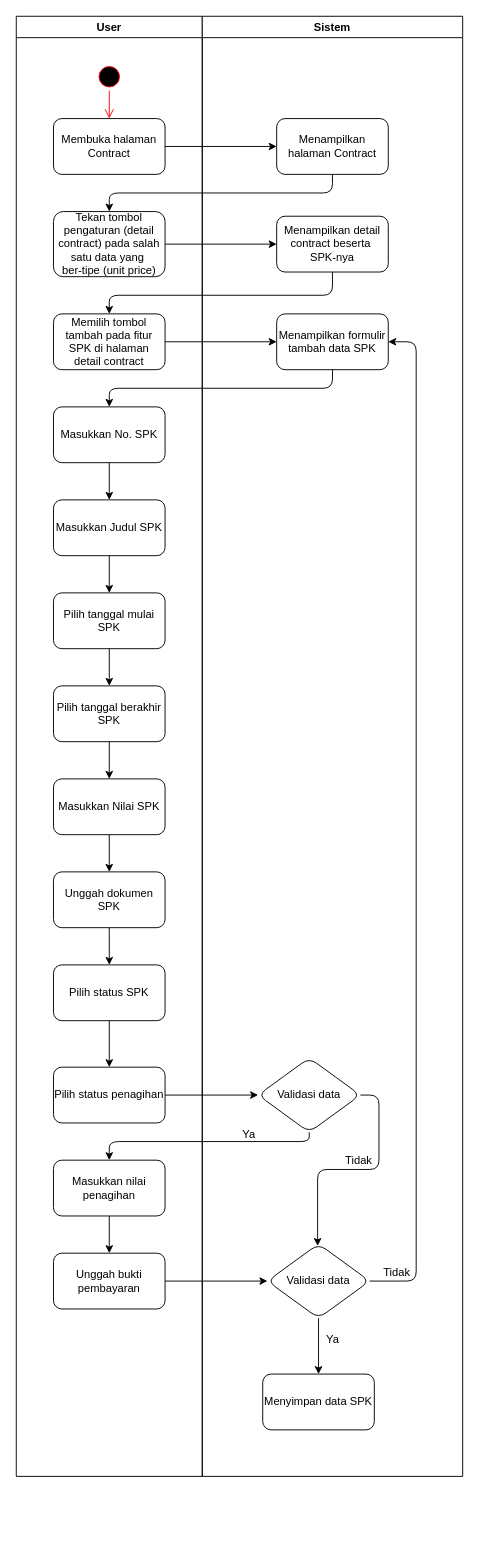
This is contract/tambahSPK.drawio from rismanrhz/idms, a draw.io file, before an edit. Source tidied: cells renumbered, new cells numbered last; positions are measured from the earlier drawing's top-left corner, leaving out a move shared by most shapes. Both pictures are drawn from the tidied source at 93%, with x=0, y=0 at pixel (16, 16).
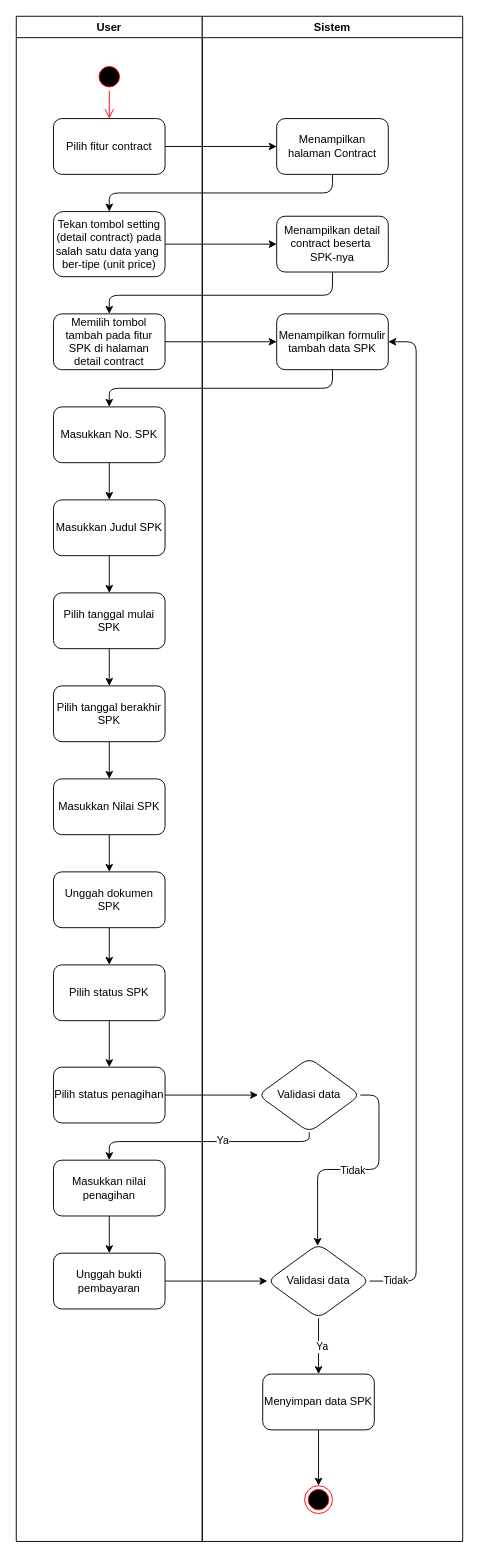
Above is the later version.

The change refers to these unchanged cells:
```xml
<mxCell id="20" style="edgeStyle=none;html=1;exitX=1;exitY=0.5;exitDx=0;exitDy=0;entryX=0.491;entryY=0.028;entryDx=0;entryDy=0;entryPerimeter=0;" parent="16" edge="1" source="21" target="24">
  <mxGeometry relative="1" as="geometry">
    <Array as="points">
      <mxPoint x="190" y="1160" />
      <mxPoint x="190" y="1240" />
      <mxPoint x="124" y="1240" />
    </Array>
  </mxGeometry>
</mxCell>
<mxCell id="22" style="edgeStyle=none;html=1;" parent="16" edge="1" source="24" target="26">
  <mxGeometry relative="1" as="geometry" />
</mxCell>
<mxCell id="23" style="edgeStyle=none;html=1;exitX=1;exitY=0.5;exitDx=0;exitDy=0;entryX=1;entryY=0.5;entryDx=0;entryDy=0;" parent="16" edge="1" source="24" target="19">
  <mxGeometry relative="1" as="geometry">
    <Array as="points">
      <mxPoint x="230" y="1360" />
      <mxPoint x="230" y="350" />
    </Array>
  </mxGeometry>
</mxCell>
<mxCell id="26" value="Menyimpan data SPK" style="rounded=1;whiteSpace=wrap;html=1;" parent="16" vertex="1">
  <mxGeometry x="65" y="1460" width="120" height="60" as="geometry" />
</mxCell>
<mxCell id="44" style="edgeStyle=none;html=1;entryX=0.5;entryY=0;entryDx=0;entryDy=0;" parent="1" edge="1" source="21" target="14">
  <mxGeometry relative="1" as="geometry">
    <Array as="points">
      <mxPoint x="315" y="1210" />
      <mxPoint x="100" y="1210" />
    </Array>
  </mxGeometry>
</mxCell>
```

Diff of the diagram source:
```diff
@@
     <mxCell id="2" value="User" style="swimlane;whiteSpace=wrap;html=1;" parent="1" vertex="1">
-      <mxGeometry width="200" height="1570" as="geometry" />
+      <mxGeometry width="200" height="1640" as="geometry" />
     </mxCell>
@@
-    <mxCell id="4" value="Membuka halaman Contract" style="rounded=1;whiteSpace=wrap;html=1;" parent="2" vertex="1">
+    <mxCell id="4" value="Pilih fitur contract" style="rounded=1;whiteSpace=wrap;html=1;" parent="2" vertex="1">
       <mxGeometry x="40" y="110" width="120" height="60" as="geometry" />
     </mxCell>
@@
-    <mxCell id="6" value="Tekan tombol pengaturan (detail contract) pada salah satu data yang&amp;nbsp;&lt;div&gt;ber-tipe (unit price)&lt;/div&gt;" style="rounded=1;whiteSpace=wrap;html=1;" parent="2" vertex="1">
+    <mxCell id="6" value="Tekan tombol setting (detail contract) pada salah satu data yang&amp;nbsp;&lt;div&gt;ber-tipe (unit price)&lt;/div&gt;" style="rounded=1;whiteSpace=wrap;html=1;" parent="2" vertex="1">
       <mxGeometry x="40" y="210" width="120" height="70" as="geometry" />
     </mxCell>
@@
     <mxCell id="16" value="Sistem" style="swimlane;whiteSpace=wrap;html=1;" parent="1" vertex="1">
-      <mxGeometry x="200" width="280" height="1570" as="geometry" />
+      <mxGeometry x="200" width="280" height="1640" as="geometry" />
     </mxCell>
@@
+    <mxCell id="49" value="Tidak" style="edgeLabel;html=1;align=center;verticalAlign=middle;" parent="20" vertex="1">
+      <mxGeometry x="0.04" relative="1" as="geometry" />
+    </mxCell>
@@
+    <mxCell id="50" value="Ya" style="edgeLabel;html=1;align=center;verticalAlign=middle;" parent="22" vertex="1">
+      <mxGeometry x="-0.01" y="3" relative="1" as="geometry" />
+    </mxCell>
@@
+    <mxCell id="51" value="Tidak" style="edgeLabel;html=1;align=center;verticalAlign=middle;" parent="23" vertex="1">
+      <mxGeometry x="-0.95" y="1" relative="1" as="geometry" />
+    </mxCell>
@@
-    <mxCell id="25" value="Tidak" style="text;html=1;align=center;verticalAlign=middle;strokeColor=none;fillColor=none;" parent="16" vertex="1">
-      <mxGeometry x="143" y="1216" width="50" height="30" as="geometry" />
-    </mxCell>
+    <mxCell id="52" style="edgeStyle=none;html=1;" parent="16" edge="1" source="26" target="53">
+      <mxGeometry relative="1" as="geometry" />
+    </mxCell>
@@
+    <mxCell id="53" style="ellipse;html=1;shape=endState;fillColor=#000000;strokeColor=#ff0000;" parent="16" vertex="1">
+      <mxGeometry x="110" y="1580" width="30" height="30" as="geometry" />
+    </mxCell>
@@
-    <mxCell id="45" value="Ya" style="text;html=1;align=center;verticalAlign=middle;strokeColor=none;fillColor=none;" parent="1" vertex="1">
-      <mxGeometry x="230" y="1188" width="40" height="30" as="geometry" />
-    </mxCell>
+    <mxCell id="54" value="Ya" style="edgeLabel;html=1;align=center;verticalAlign=middle;" parent="44" vertex="1">
+      <mxGeometry x="-0.15" y="-2" relative="1" as="geometry" />
+    </mxCell>
@@
-    <mxCell id="47" value="Ya" style="text;html=1;align=center;verticalAlign=middle;strokeColor=none;fillColor=none;" parent="1" vertex="1">
-      <mxGeometry x="320" y="1408" width="40" height="30" as="geometry" />
-    </mxCell>
-    <mxCell id="48" value="Tidak" style="text;html=1;align=center;verticalAlign=middle;strokeColor=none;fillColor=none;" parent="1" vertex="1">
-      <mxGeometry x="384" y="1336" width="50" height="30" as="geometry" />
-    </mxCell>
```
